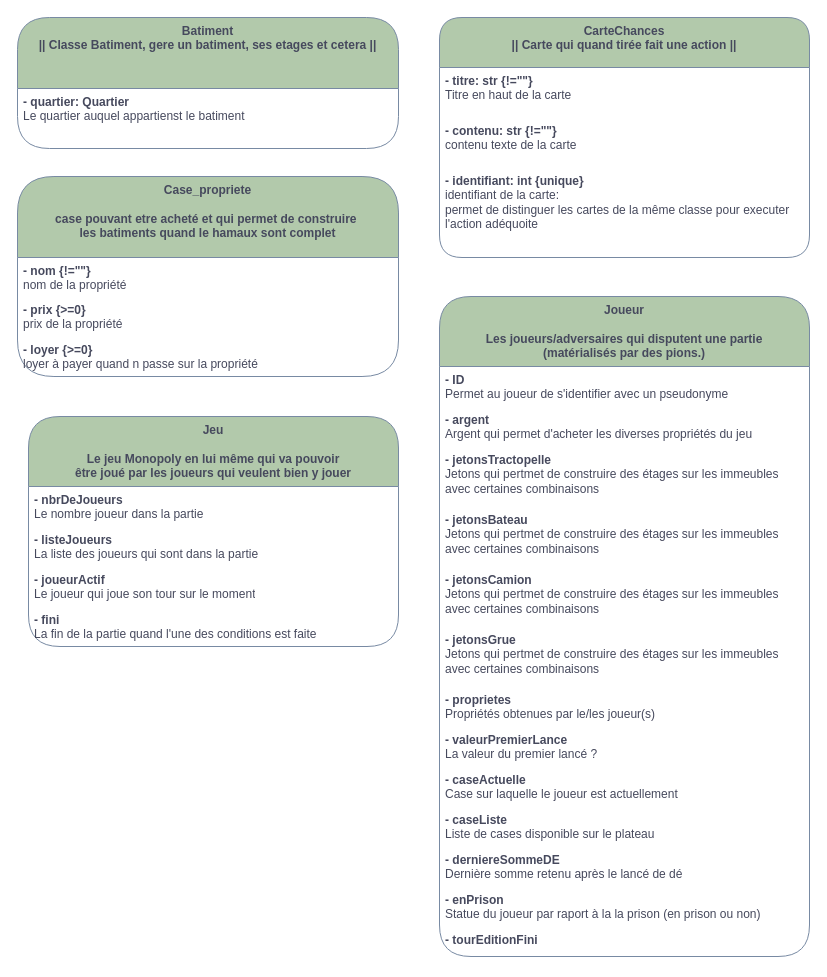
Earlier version of the draw.io diagram page "Donées a stoqué dans la DB" (5 of 5) of B__Analyse/DiagrameDesClasses.drawio (gazhonsepaskwa/builder). Source tidied: cells renumbered, new cells numbered last; positions are measured from the earlier drawing's top-left corner, leaving out a move shared by most shapes. Both pictures are drawn from the tidied source at 100%, with x=0, y=0 at pixel (17, 17).
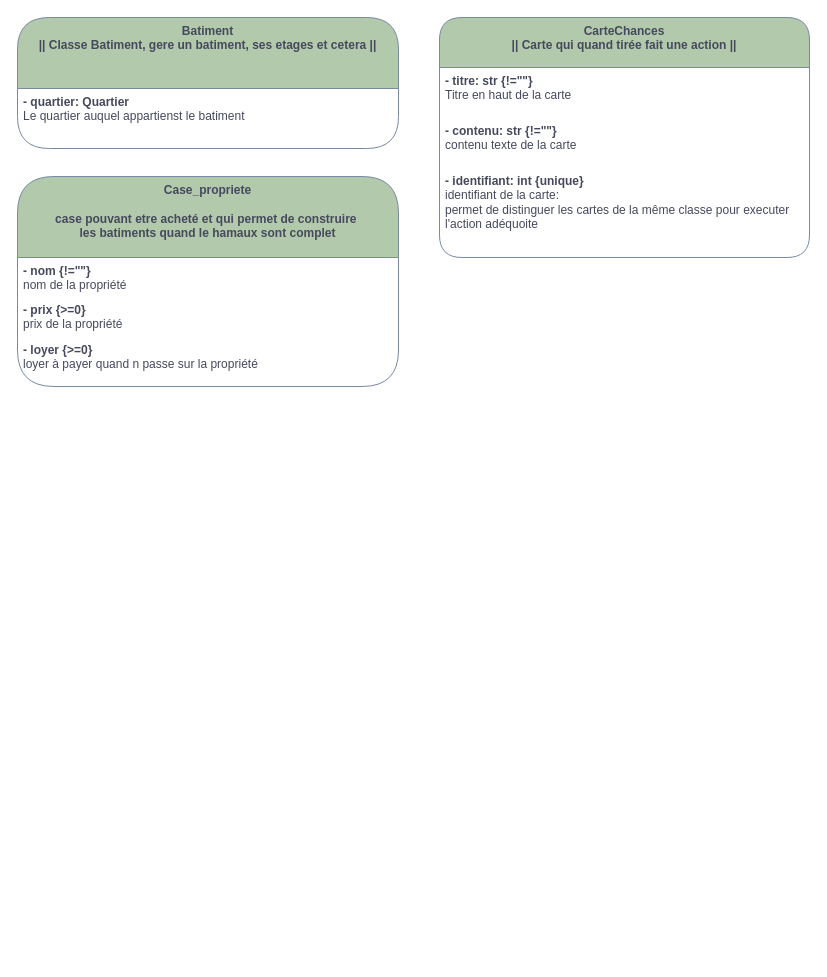
After the change.

Unchanged cells that the change refers to:
```xml
<mxCell id="2" value="Batiment&lt;br&gt;|| Classe Batiment, gere un batiment, ses etages et cetera ||" style="swimlane;fontStyle=1;align=center;verticalAlign=top;horizontal=1;startSize=71;whiteSpace=wrap;html=1;labelBackgroundColor=none;fillColor=#B2C9AB;strokeColor=#788AA3;fontColor=#46495D;rounded=1;" parent="1" vertex="1">
  <mxGeometry width="381" height="131" as="geometry" />
</mxCell>
```

Change to the diagram source:
```diff
@@
-    <mxCell id="3" value="&lt;b&gt;- quartier: Quartier&lt;/b&gt;&lt;br&gt;Le quartier auquel appartienst le batiment&amp;nbsp;" style="text;strokeColor=none;fillColor=none;align=left;verticalAlign=top;spacingLeft=4;spacingRight=4;overflow=hidden;whiteSpace=wrap;html=1;labelBackgroundColor=none;fontColor=#46495D;rounded=1;" parent="2" vertex="1">
+    <mxCell id="3" value="&lt;b&gt;- quartier: Quartier&amp;nbsp;&lt;/b&gt;&lt;br&gt;Le quartier auquel appartienst le batiment&amp;nbsp;" style="text;strokeColor=none;fillColor=none;align=left;verticalAlign=top;spacingLeft=4;spacingRight=4;overflow=hidden;whiteSpace=wrap;html=1;labelBackgroundColor=none;fontColor=#46495D;rounded=1;" parent="2" vertex="1">
       <mxGeometry y="71" width="381" height="60" as="geometry" />
     </mxCell>
@@
-    <mxCell id="8" value="&lt;div&gt;Jeu&lt;/div&gt;&lt;div&gt;&lt;br&gt;&lt;/div&gt;Le jeu Monopoly en lui même qui va pouvoir&lt;br&gt;être joué par les joueurs qui veulent bien y jouer" style="swimlane;fontStyle=1;align=center;verticalAlign=top;horizontal=1;startSize=70;whiteSpace=wrap;html=1;labelBackgroundColor=none;fillColor=#B2C9AB;strokeColor=#788AA3;fontColor=#46495D;rounded=1;" parent="1" vertex="1">
-      <mxGeometry x="11" y="399" width="370" height="230" as="geometry" />
-    </mxCell>
-    <mxCell id="9" value="&lt;div&gt;&lt;b&gt;- nbrDeJoueurs&lt;/b&gt;&lt;/div&gt;&lt;div&gt;Le nombre joueur dans la partie&lt;/div&gt;" style="text;strokeColor=none;fillColor=none;align=left;verticalAlign=top;spacingLeft=4;spacingRight=4;overflow=hidden;whiteSpace=wrap;html=1;labelBackgroundColor=none;fontColor=#46495D;rounded=1;" parent="8" vertex="1">
-      <mxGeometry y="70" width="370" height="40" as="geometry" />
-    </mxCell>
-    <mxCell id="10" value="&lt;div&gt;&lt;b&gt;- listeJoueurs&lt;/b&gt;&lt;br&gt;&lt;/div&gt;&lt;div&gt;La liste des joueurs qui sont dans la partie&lt;/div&gt;" style="text;strokeColor=none;fillColor=none;align=left;verticalAlign=top;spacingLeft=4;spacingRight=4;overflow=hidden;whiteSpace=wrap;html=1;labelBackgroundColor=none;fontColor=#46495D;rounded=1;" parent="8" vertex="1">
-      <mxGeometry y="110" width="370" height="40" as="geometry" />
-    </mxCell>
-    <mxCell id="11" value="&lt;div&gt;&lt;b&gt;- joueurActif&lt;/b&gt;&lt;br&gt;&lt;/div&gt;&lt;div&gt;Le joueur qui joue son tour sur le moment&lt;/div&gt;" style="text;strokeColor=none;fillColor=none;align=left;verticalAlign=top;spacingLeft=4;spacingRight=4;overflow=hidden;whiteSpace=wrap;html=1;labelBackgroundColor=none;fontColor=#46495D;rounded=1;" parent="8" vertex="1">
-      <mxGeometry y="150" width="370" height="40" as="geometry" />
-    </mxCell>
-    <mxCell id="12" value="&lt;div&gt;&lt;b&gt;- fini&lt;/b&gt;&lt;br&gt;&lt;/div&gt;&lt;div&gt;La fin de la partie quand l'une des conditions est faite&lt;/div&gt;" style="text;strokeColor=none;fillColor=none;align=left;verticalAlign=top;spacingLeft=4;spacingRight=4;overflow=hidden;whiteSpace=wrap;html=1;labelBackgroundColor=none;fontColor=#46495D;rounded=1;" parent="8" vertex="1">
-      <mxGeometry y="190" width="370" height="40" as="geometry" />
-    </mxCell>
-    <mxCell id="13" value="&lt;div&gt;Joueur&lt;/div&gt;&lt;div&gt;&lt;br&gt;&lt;/div&gt;Les joueurs/adversaires qui disputent une partie&lt;br&gt;(matérialisés par des pions.)" style="swimlane;fontStyle=1;align=center;verticalAlign=top;horizontal=1;startSize=70;whiteSpace=wrap;html=1;labelBackgroundColor=none;fillColor=#B2C9AB;strokeColor=#788AA3;fontColor=#46495D;rounded=1;" parent="1" vertex="1">
-      <mxGeometry x="422" y="279" width="370" height="660" as="geometry" />
-    </mxCell>
-    <mxCell id="14" value="&lt;div&gt;&lt;b&gt;- ID&lt;br&gt;&lt;/b&gt;&lt;/div&gt;&lt;div&gt;Permet au joueur de s'identifier avec un pseudonyme&lt;/div&gt;" style="text;strokeColor=none;fillColor=none;align=left;verticalAlign=top;spacingLeft=4;spacingRight=4;overflow=hidden;whiteSpace=wrap;html=1;labelBackgroundColor=none;fontColor=#46495D;rounded=1;" parent="13" vertex="1">
-      <mxGeometry y="70" width="370" height="40" as="geometry" />
-    </mxCell>
-    <mxCell id="15" value="&lt;div&gt;&lt;b&gt;- argent&lt;/b&gt;&lt;br&gt;&lt;/div&gt;&lt;div&gt;Argent qui permet d'acheter les diverses propriétés du jeu&lt;/div&gt;" style="text;strokeColor=none;fillColor=none;align=left;verticalAlign=top;spacingLeft=4;spacingRight=4;overflow=hidden;whiteSpace=wrap;html=1;labelBackgroundColor=none;fontColor=#46495D;rounded=1;" parent="13" vertex="1">
-      <mxGeometry y="110" width="370" height="40" as="geometry" />
-    </mxCell>
-    <mxCell id="16" value="&lt;div&gt;&lt;b&gt;- jetonsTractopelle&lt;/b&gt;&lt;br&gt;&lt;/div&gt;&lt;div&gt;Jetons qui pertmet de construire des étages sur les immeubles avec certaines combinaisons&lt;/div&gt;" style="text;strokeColor=none;fillColor=none;align=left;verticalAlign=top;spacingLeft=4;spacingRight=4;overflow=hidden;whiteSpace=wrap;html=1;labelBackgroundColor=none;fontColor=#46495D;rounded=1;" parent="13" vertex="1">
-      <mxGeometry y="150" width="370" height="60" as="geometry" />
-    </mxCell>
-    <mxCell id="17" value="&lt;div&gt;&lt;b&gt;- jetonsBateau&lt;/b&gt;&lt;br&gt;&lt;/div&gt;&lt;div&gt;Jetons qui pertmet de construire des étages sur les immeubles avec certaines combinaisons&lt;/div&gt;" style="text;strokeColor=none;fillColor=none;align=left;verticalAlign=top;spacingLeft=4;spacingRight=4;overflow=hidden;whiteSpace=wrap;html=1;labelBackgroundColor=none;fontColor=#46495D;rounded=1;" parent="13" vertex="1">
-      <mxGeometry y="210" width="370" height="60" as="geometry" />
-    </mxCell>
-    <mxCell id="18" value="&lt;div&gt;&lt;b&gt;- jetonsCamion&lt;/b&gt;&lt;br&gt;&lt;/div&gt;&lt;div&gt;Jetons qui pertmet de construire des étages sur les immeubles avec certaines combinaisons&lt;/div&gt;" style="text;strokeColor=none;fillColor=none;align=left;verticalAlign=top;spacingLeft=4;spacingRight=4;overflow=hidden;whiteSpace=wrap;html=1;labelBackgroundColor=none;fontColor=#46495D;rounded=1;" parent="13" vertex="1">
-      <mxGeometry y="270" width="370" height="60" as="geometry" />
-    </mxCell>
-    <mxCell id="19" value="&lt;div&gt;&lt;b&gt;- jetonsGrue&lt;/b&gt;&lt;br&gt;&lt;/div&gt;&lt;div&gt;Jetons qui pertmet de construire des étages sur les immeubles avec certaines combinaisons&lt;/div&gt;" style="text;strokeColor=none;fillColor=none;align=left;verticalAlign=top;spacingLeft=4;spacingRight=4;overflow=hidden;whiteSpace=wrap;html=1;labelBackgroundColor=none;fontColor=#46495D;rounded=1;" parent="13" vertex="1">
-      <mxGeometry y="330" width="370" height="60" as="geometry" />
-    </mxCell>
-    <mxCell id="20" value="&lt;div&gt;&lt;b&gt;- proprietes&lt;/b&gt;&lt;br&gt;&lt;/div&gt;&lt;div&gt;Propriétés obtenues par le/les joueur(s)&lt;/div&gt;" style="text;strokeColor=none;fillColor=none;align=left;verticalAlign=top;spacingLeft=4;spacingRight=4;overflow=hidden;whiteSpace=wrap;html=1;labelBackgroundColor=none;fontColor=#46495D;rounded=1;" parent="13" vertex="1">
-      <mxGeometry y="390" width="370" height="40" as="geometry" />
-    </mxCell>
-    <mxCell id="21" value="&lt;div&gt;&lt;b&gt;- valeurPremierLance&lt;/b&gt;&lt;br&gt;&lt;/div&gt;&lt;div&gt;La valeur du premier lancé ?&lt;/div&gt;" style="text;strokeColor=none;fillColor=none;align=left;verticalAlign=top;spacingLeft=4;spacingRight=4;overflow=hidden;whiteSpace=wrap;html=1;labelBackgroundColor=none;fontColor=#46495D;rounded=1;" parent="13" vertex="1">
-      <mxGeometry y="430" width="370" height="40" as="geometry" />
-    </mxCell>
-    <mxCell id="22" value="&lt;div&gt;&lt;b&gt;- caseActuelle&lt;/b&gt;&lt;br&gt;&lt;/div&gt;&lt;div&gt;Case sur laquelle le joueur est actuellement&lt;/div&gt;" style="text;strokeColor=none;fillColor=none;align=left;verticalAlign=top;spacingLeft=4;spacingRight=4;overflow=hidden;whiteSpace=wrap;html=1;labelBackgroundColor=none;fontColor=#46495D;rounded=1;" parent="13" vertex="1">
-      <mxGeometry y="470" width="370" height="40" as="geometry" />
-    </mxCell>
-    <mxCell id="23" value="&lt;div&gt;&lt;b&gt;- caseListe&lt;/b&gt;&lt;br&gt;&lt;/div&gt;&lt;div&gt;Liste de cases disponible sur le plateau&lt;/div&gt;" style="text;strokeColor=none;fillColor=none;align=left;verticalAlign=top;spacingLeft=4;spacingRight=4;overflow=hidden;whiteSpace=wrap;html=1;labelBackgroundColor=none;fontColor=#46495D;rounded=1;" parent="13" vertex="1">
-      <mxGeometry y="510" width="370" height="40" as="geometry" />
-    </mxCell>
-    <mxCell id="24" value="&lt;div&gt;&lt;b&gt;- derniereSommeDE&lt;/b&gt;&lt;br&gt;&lt;/div&gt;&lt;div&gt;Dernière somme retenu après le lancé de dé&lt;/div&gt;" style="text;strokeColor=none;fillColor=none;align=left;verticalAlign=top;spacingLeft=4;spacingRight=4;overflow=hidden;whiteSpace=wrap;html=1;labelBackgroundColor=none;fontColor=#46495D;rounded=1;" parent="13" vertex="1">
-      <mxGeometry y="550" width="370" height="40" as="geometry" />
-    </mxCell>
-    <mxCell id="25" value="&lt;div&gt;&lt;b&gt;- enPrison&lt;/b&gt;&lt;br&gt;&lt;/div&gt;&lt;div&gt;Statue du joueur par raport à la la prison (en prison ou non)&lt;/div&gt;" style="text;strokeColor=none;fillColor=none;align=left;verticalAlign=top;spacingLeft=4;spacingRight=4;overflow=hidden;whiteSpace=wrap;html=1;labelBackgroundColor=none;fontColor=#46495D;rounded=1;" parent="13" vertex="1">
-      <mxGeometry y="590" width="370" height="40" as="geometry" />
-    </mxCell>
-    <mxCell id="26" value="&lt;div&gt;&lt;b&gt;- tourEditionFini&lt;/b&gt;&lt;br&gt;&lt;/div&gt;" style="text;strokeColor=none;fillColor=none;align=left;verticalAlign=top;spacingLeft=4;spacingRight=4;overflow=hidden;whiteSpace=wrap;html=1;labelBackgroundColor=none;fontColor=#46495D;rounded=1;" parent="13" vertex="1">
-      <mxGeometry y="630" width="370" height="30" as="geometry" />
-    </mxCell>
     <mxCell id="27" value="Case_propriete&lt;br&gt;&lt;br&gt;&lt;div&gt;&lt;div&gt;case pouvant etre acheté et qui permet de construire&amp;nbsp;&lt;/div&gt;&lt;div&gt;les batiments quand le hamaux sont complet&lt;/div&gt;&lt;/div&gt;&lt;div&gt;&lt;br&gt;&lt;/div&gt;" style="swimlane;fontStyle=1;align=center;verticalAlign=top;horizontal=1;startSize=81;whiteSpace=wrap;html=1;labelBackgroundColor=none;fillColor=#B2C9AB;strokeColor=#788AA3;fontColor=#46495D;rounded=1;" parent="1" vertex="1">
-      <mxGeometry y="159" width="381" height="200" as="geometry" />
+      <mxGeometry y="159" width="381" height="210" as="geometry" />
     </mxCell>
@@
     <mxCell id="30" value="&lt;div&gt;&lt;b&gt;- loyer {&amp;gt;=0}&lt;br&gt;&lt;/b&gt;&lt;/div&gt;&lt;div&gt;loyer à payer quand n passe sur la propriété&lt;br&gt;&lt;br&gt;&lt;/div&gt;" style="text;strokeColor=none;fillColor=none;align=left;verticalAlign=top;spacingLeft=4;spacingRight=4;overflow=hidden;whiteSpace=wrap;html=1;labelBackgroundColor=none;fontColor=#46495D;rounded=1;" parent="27" vertex="1">
-      <mxGeometry y="160" width="381" height="40" as="geometry" />
+      <mxGeometry y="160" width="381" height="50" as="geometry" />
     </mxCell>
```
